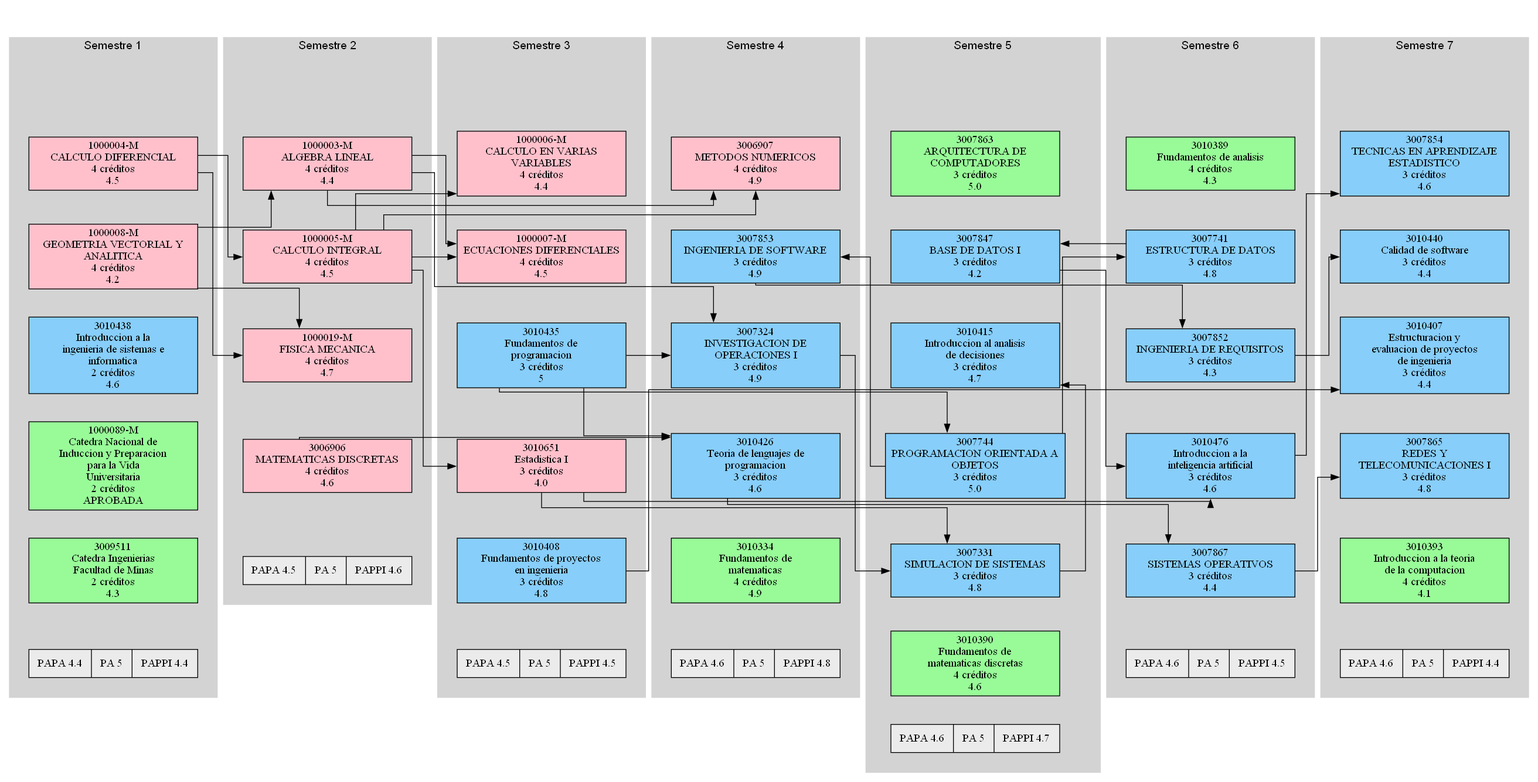
Earlier version of the Graphviz export codigo/asignatura_catalog/Digraph.gv.png (eporrasm/d-web). Its source is kept beside it as codigo/asignatura_catalog/Digraph.gv.
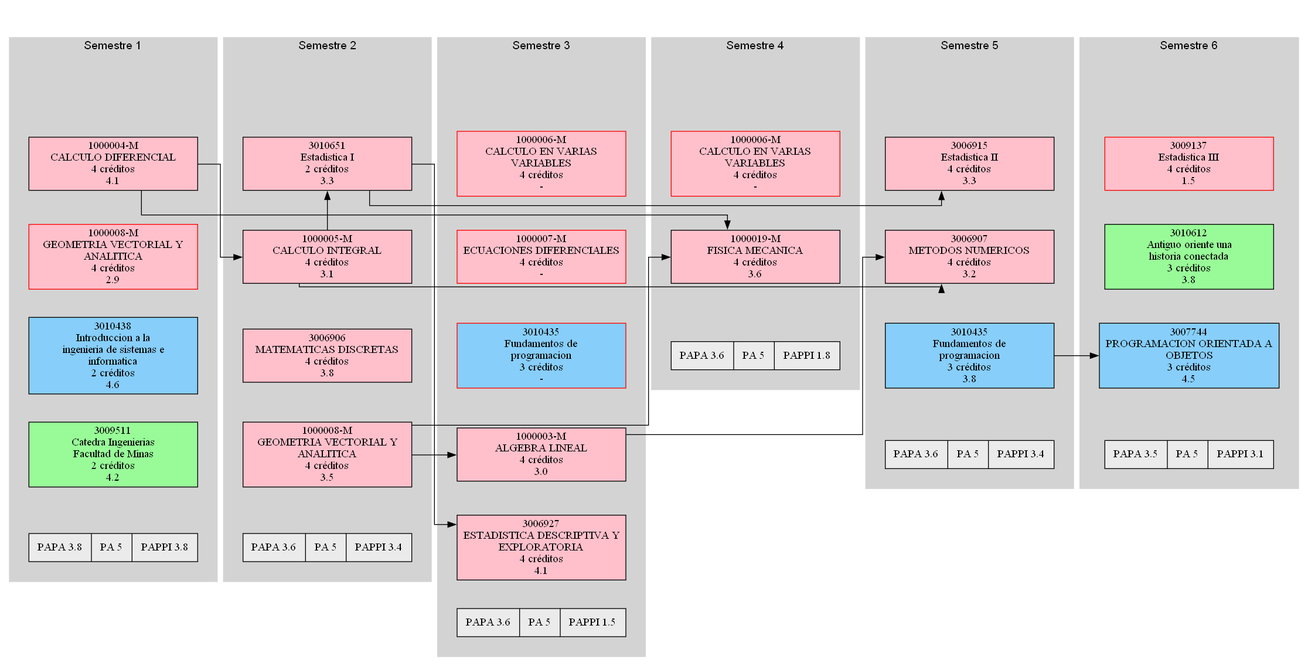
The same diagram one commit later.

Diff of the diagram source:
```diff
@@ -9,36 +9,28 @@
 		"1000004-M" [label="1000004-M
 CALCULO DIFERENCIAL
 4 créditos
-4.5" color="#000000" fillcolor="#FFC0CB" group=sem1]
+4.1" color="#000000" fillcolor="#FFC0CB" group=sem1]
 		sem_1 -> "1000004-M" [style=invis]
-		"1000008-M" [label="1000008-M
+		"1000008-M_na1" [label="1000008-M
 GEOMETRIA VECTORIAL Y
 ANALITICA
 4 créditos
-4.2" color="#000000" fillcolor="#FFC0CB" group=sem1]
-		"1000004-M" -> "1000008-M" [style=invis]
+2.9" color="#ff0000" fillcolor="#FFC0CB" group=sem1]
+		"1000004-M" -> "1000008-M_na1" [style=invis]
 		3010438 [label="3010438
 Introduccion a la
 ingenieria de sistemas e
 informatica
 2 créditos
 4.6" color="#000000" fillcolor="#87CEFA" group=sem1]
-		"1000008-M" -> 3010438 [style=invis]
-		"1000089-M" [label="1000089-M
-Catedra Nacional de
-Induccion y Preparacion
-para la Vida
-Universitaria
-2 créditos
-APROBADA" color="#000000" fillcolor="#98FB98" group=sem1]
-		3010438 -> "1000089-M" [style=invis]
+		"1000008-M_na1" -> 3010438 [style=invis]
 		3009511 [label="3009511
 Catedra Ingenierias
 Facultad de Minas
 2 créditos
-4.3" color="#000000" fillcolor="#98FB98" group=sem1]
-		"1000089-M" -> 3009511 [style=invis]
-		"Promedio 1" [label="PAPA 4.4|PA 5|PAPPI 4.4" fillcolor="#EBEBEB" shape=record]
+4.2" color="#000000" fillcolor="#98FB98" group=sem1]
+		3010438 -> 3009511 [style=invis]
+		"Promedio 1" [label="PAPA 3.8|PA 5|PAPPI 3.8" fillcolor="#EBEBEB" shape=record]
 		3009511 -> "Promedio 1" [style=invis]
 	}
 	subgraph cluster_2 {
@@ -47,28 +39,29 @@
 		color=lightgrey fontname=Arial style=filled
 		label="Semestre 2"
 		sem_2 [label=sem_2 style=invis]
-		"1000003-M" [label="1000003-M
-ALGEBRA LINEAL
-4 créditos
-4.4" color="#000000" fillcolor="#FFC0CB" group=sem2]
-		sem_2 -> "1000003-M" [style=invis]
+		3010651 [label="3010651
+Estadistica I
+2 créditos
+3.3" color="#000000" fillcolor="#FFC0CB" group=sem2]
+		sem_2 -> 3010651 [style=invis]
 		"1000005-M" [label="1000005-M
 CALCULO INTEGRAL
 4 créditos
-4.5" color="#000000" fillcolor="#FFC0CB" group=sem2]
-		"1000003-M" -> "1000005-M" [style=invis]
-		"1000019-M" [label="1000019-M
-FISICA MECANICA
-4 créditos
-4.7" color="#000000" fillcolor="#FFC0CB" group=sem2]
-		"1000005-M" -> "1000019-M" [style=invis]
+3.1" color="#000000" fillcolor="#FFC0CB" group=sem2]
+		3010651 -> "1000005-M" [style=invis]
 		3006906 [label="3006906
 MATEMATICAS DISCRETAS
 4 créditos
-4.6" color="#000000" fillcolor="#FFC0CB" group=sem2]
-		"1000019-M" -> 3006906 [style=invis]
-		"Promedio 2" [label="PAPA 4.5|PA 5|PAPPI 4.6" fillcolor="#EBEBEB" shape=record]
-		3006906 -> "Promedio 2" [style=invis]
+3.8" color="#000000" fillcolor="#FFC0CB" group=sem2]
+		"1000005-M" -> 3006906 [style=invis]
+		"1000008-M" [label="1000008-M
+GEOMETRIA VECTORIAL Y
+ANALITICA
+4 créditos
+3.5" color="#000000" fillcolor="#FFC0CB" group=sem2]
+		3006906 -> "1000008-M" [style=invis]
+		"Promedio 2" [label="PAPA 3.6|PA 5|PAPPI 3.4" fillcolor="#EBEBEB" shape=record]
+		"1000008-M" -> "Promedio 2" [style=invis]
 	}
 	subgraph cluster_3 {
 		graph [margin=25]
@@ -76,36 +69,36 @@
 		color=lightgrey fontname=Arial style=filled
 		label="Semestre 3"
 		sem_3 [label=sem_3 style=invis]
-		"1000006-M" [label="1000006-M
+		"1000006-M_c3" [label="1000006-M
 CALCULO EN VARIAS
 VARIABLES
 4 créditos
-4.4" color="#000000" fillcolor="#FFC0CB" group=sem3]
-		sem_3 -> "1000006-M" [style=invis]
-		"1000007-M" [label="1000007-M
+-" color="#ff0000" fillcolor="#FFC0CB" group=sem3]
+		sem_3 -> "1000006-M_c3" [style=invis]
+		"1000007-M_c3" [label="1000007-M
 ECUACIONES DIFERENCIALES
 4 créditos
-4.5" color="#000000" fillcolor="#FFC0CB" group=sem3]
-		"1000006-M" -> "1000007-M" [style=invis]
-		3010435 [label="3010435
+-" color="#ff0000" fillcolor="#FFC0CB" group=sem3]
+		"1000006-M_c3" -> "1000007-M_c3" [style=invis]
+		"3010435_c3" [label="3010435
 Fundamentos de
 programacion
 3 créditos
-5" color="#000000" fillcolor="#87CEFA" group=sem3]
-		"1000007-M" -> 3010435 [style=invis]
-		3010651 [label="3010651
-Estadistica I
-3 créditos
-4.0" color="#000000" fillcolor="#FFC0CB" group=sem3]
-		3010435 -> 3010651 [style=invis]
-		3010408 [label="3010408
-Fundamentos de proyectos
-en ingenieria
-3 créditos
-4.8" color="#000000" fillcolor="#87CEFA" group=sem3]
-		3010651 -> 3010408 [style=invis]
-		"Promedio 3" [label="PAPA 4.5|PA 5|PAPPI 4.5" fillcolor="#EBEBEB" shape=record]
-		3010408 -> "Promedio 3" [style=invis]
+-" color="#ff0000" fillcolor="#87CEFA" group=sem3]
+		"1000007-M_c3" -> "3010435_c3" [style=invis]
+		"1000003-M" [label="1000003-M
+ALGEBRA LINEAL
+4 créditos
+3.0" color="#000000" fillcolor="#FFC0CB" group=sem3]
+		"3010435_c3" -> "1000003-M" [style=invis]
+		3006927 [label="3006927
+ESTADISTICA DESCRIPTIVA Y
+EXPLORATORIA
+4 créditos
+4.1" color="#000000" fillcolor="#FFC0CB" group=sem3]
+		"1000003-M" -> 3006927 [style=invis]
+		"Promedio 3" [label="PAPA 3.6|PA 5|PAPPI 1.5" fillcolor="#EBEBEB" shape=record]
+		3006927 -> "Promedio 3" [style=invis]
 	}
 	subgraph cluster_4 {
 		graph [margin=25]
@@ -113,36 +106,19 @@
 		color=lightgrey fontname=Arial style=filled
 		label="Semestre 4"
 		sem_4 [label=sem_4 style=invis]
-		3006907 [label="3006907
-METODOS NUMERICOS
+		"1000006-M_c4" [label="1000006-M
+CALCULO EN VARIAS
+VARIABLES
 4 créditos
-4.9" color="#000000" fillcolor="#FFC0CB" group=sem4]
-		sem_4 -> 3006907 [style=invis]
-		3007853 [label="3007853
-INGENIERIA DE SOFTWARE
-3 créditos
-4.9" color="#000000" fillcolor="#87CEFA" group=sem4]
-		3006907 -> 3007853 [style=invis]
-		3007324 [label="3007324
-INVESTIGACION DE
-OPERACIONES I
-3 créditos
-4.9" color="#000000" fillcolor="#87CEFA" group=sem4]
-		3007853 -> 3007324 [style=invis]
-		3010426 [label="3010426
-Teoria de lenguajes de
-programacion
-3 créditos
-4.6" color="#000000" fillcolor="#87CEFA" group=sem4]
-		3007324 -> 3010426 [style=invis]
-		3010334 [label="3010334
-Fundamentos de
-matematicas
+-" color="#ff0000" fillcolor="#FFC0CB" group=sem4]
+		sem_4 -> "1000006-M_c4" [style=invis]
+		"1000019-M" [label="1000019-M
+FISICA MECANICA
 4 créditos
-4.9" color="#000000" fillcolor="#98FB98" group=sem4]
-		3010426 -> 3010334 [style=invis]
-		"Promedio 4" [label="PAPA 4.6|PA 5|PAPPI 4.8" fillcolor="#EBEBEB" shape=record]
-		3010334 -> "Promedio 4" [style=invis]
+3.6" color="#000000" fillcolor="#FFC0CB" group=sem4]
+		"1000006-M_c4" -> "1000019-M" [style=invis]
+		"Promedio 4" [label="PAPA 3.6|PA 5|PAPPI 1.8" fillcolor="#EBEBEB" shape=record]
+		"1000019-M" -> "Promedio 4" [style=invis]
 	}
 	subgraph cluster_5 {
 		graph [margin=25]
@@ -150,42 +126,24 @@
 		color=lightgrey fontname=Arial style=filled
 		label="Semestre 5"
 		sem_5 [label=sem_5 style=invis]
-		3007863 [label="3007863
-ARQUITECTURA DE
-COMPUTADORES
+		3006915 [label="3006915
+Estadistica II
+4 créditos
+3.3" color="#000000" fillcolor="#FFC0CB" group=sem5]
+		sem_5 -> 3006915 [style=invis]
+		3006907 [label="3006907
+METODOS NUMERICOS
+4 créditos
+3.2" color="#000000" fillcolor="#FFC0CB" group=sem5]
+		3006915 -> 3006907 [style=invis]
+		3010435 [label="3010435
+Fundamentos de
+programacion
 3 créditos
-5.0" color="#000000" fillcolor="#98FB98" group=sem5]
-		sem_5 -> 3007863 [style=invis]
-		3007847 [label="3007847
-BASE DE DATOS I
-3 créditos
-4.2" color="#000000" fillcolor="#87CEFA" group=sem5]
-		3007863 -> 3007847 [style=invis]
-		3010415 [label="3010415
-Introduccion al analisis
-de decisiones
-3 créditos
-4.7" color="#000000" fillcolor="#87CEFA" group=sem5]
-		3007847 -> 3010415 [style=invis]
-		3007744 [label="3007744
-PROGRAMACION ORIENTADA A
-OBJETOS
-3 créditos
-5.0" color="#000000" fillcolor="#87CEFA" group=sem5]
-		3010415 -> 3007744 [style=invis]
-		3007331 [label="3007331
-SIMULACION DE SISTEMAS
-3 créditos
-4.8" color="#000000" fillcolor="#87CEFA" group=sem5]
-		3007744 -> 3007331 [style=invis]
-		3010390 [label="3010390
-Fundamentos de
-matematicas discretas
-4 créditos
-4.6" color="#000000" fillcolor="#98FB98" group=sem5]
-		3007331 -> 3010390 [style=invis]
-		"Promedio 5" [label="PAPA 4.6|PA 5|PAPPI 4.7" fillcolor="#EBEBEB" shape=record]
-		3010390 -> "Promedio 5" [style=invis]
+3.8" color="#000000" fillcolor="#87CEFA" group=sem5]
+		3006907 -> 3010435 [style=invis]
+		"Promedio 5" [label="PAPA 3.6|PA 5|PAPPI 3.4" fillcolor="#EBEBEB" shape=record]
+		3010435 -> "Promedio 5" [style=invis]
 	}
 	subgraph cluster_6 {
 		graph [margin=25]
@@ -193,109 +151,41 @@
 		color=lightgrey fontname=Arial style=filled
 		label="Semestre 6"
 		sem_6 [label=sem_6 style=invis]
-		3010389 [label="3010389
-Fundamentos de analisis
+		"3009137_na6" [label="3009137
+Estadistica III
 4 créditos
-4.3" color="#000000" fillcolor="#98FB98" group=sem6]
-		sem_6 -> 3010389 [style=invis]
-		3007741 [label="3007741
-ESTRUCTURA DE DATOS
+1.5" color="#ff0000" fillcolor="#FFC0CB" group=sem6]
+		sem_6 -> "3009137_na6" [style=invis]
+		3010612 [label="3010612
+Antiguo oriente una
+historia conectada
 3 créditos
-4.8" color="#000000" fillcolor="#87CEFA" group=sem6]
-		3010389 -> 3007741 [style=invis]
-		3007852 [label="3007852
-INGENIERIA DE REQUISITOS
+3.8" color="#000000" fillcolor="#98FB98" group=sem6]
+		"3009137_na6" -> 3010612 [style=invis]
+		3007744 [label="3007744
+PROGRAMACION ORIENTADA A
+OBJETOS
 3 créditos
-4.3" color="#000000" fillcolor="#87CEFA" group=sem6]
-		3007741 -> 3007852 [style=invis]
-		3010476 [label="3010476
-Introduccion a la
-inteligencia artificial
-3 créditos
-4.6" color="#000000" fillcolor="#87CEFA" group=sem6]
-		3007852 -> 3010476 [style=invis]
-		3007867 [label="3007867
-SISTEMAS OPERATIVOS
-3 créditos
-4.4" color="#000000" fillcolor="#87CEFA" group=sem6]
-		3010476 -> 3007867 [style=invis]
-		"Promedio 6" [label="PAPA 4.6|PA 5|PAPPI 4.5" fillcolor="#EBEBEB" shape=record]
-		3007867 -> "Promedio 6" [style=invis]
+4.5" color="#000000" fillcolor="#87CEFA" group=sem6]
+		3010612 -> 3007744 [style=invis]
+		"Promedio 6" [label="PAPA 3.5|PA 5|PAPPI 3.1" fillcolor="#EBEBEB" shape=record]
+		3007744 -> "Promedio 6" [style=invis]
 	}
-	subgraph cluster_7 {
-		graph [margin=25]
-		node [shape=box style=filled width=3]
-		color=lightgrey fontname=Arial style=filled
-		label="Semestre 7"
-		sem_7 [label=sem_7 style=invis]
-		3007854 [label="3007854
-TECNICAS EN APRENDIZAJE
-ESTADISTICO
-3 créditos
-4.6" color="#000000" fillcolor="#87CEFA" group=sem7]
-		sem_7 -> 3007854 [style=invis]
-		3010440 [label="3010440
-Calidad de software
-3 créditos
-4.4" color="#000000" fillcolor="#87CEFA" group=sem7]
-		3007854 -> 3010440 [style=invis]
-		3010407 [label="3010407
-Estructuracion y
-evaluacion de proyectos
-de ingenieria
-3 créditos
-4.4" color="#000000" fillcolor="#87CEFA" group=sem7]
-		3010440 -> 3010407 [style=invis]
-		3007865 [label="3007865
-REDES Y
-TELECOMUNICACIONES I
-3 créditos
-4.8" color="#000000" fillcolor="#87CEFA" group=sem7]
-		3010407 -> 3007865 [style=invis]
-		3010393 [label="3010393
-Introduccion a la teoria
-de la computacion
-4 créditos
-4.1" color="#000000" fillcolor="#98FB98" group=sem7]
-		3007865 -> 3010393 [style=invis]
-		"Promedio 7" [label="PAPA 4.6|PA 5|PAPPI 4.4" fillcolor="#EBEBEB" shape=record]
-		3010393 -> "Promedio 7" [style=invis]
-	}
+	"1000005-M" -> 3010651 [constraint=false]
+	"1000004-M" -> "1000005-M" [constraint=false]
 	"1000008-M" -> "1000003-M" [constraint=false]
-	"1000004-M" -> "1000005-M" [constraint=false]
+	3010651 -> 3006927 [constraint=false]
 	"1000004-M" -> "1000019-M" [constraint=false]
 	"1000008-M" -> "1000019-M" [constraint=false]
-	"1000005-M" -> "1000006-M" [constraint=false]
-	"1000003-M" -> "1000007-M" [constraint=false]
-	"1000005-M" -> "1000007-M" [constraint=false]
-	"1000005-M" -> 3010651 [constraint=false]
+	3010651 -> 3006915 [constraint=false]
 	"1000003-M" -> 3006907 [constraint=false]
 	"1000005-M" -> 3006907 [constraint=false]
-	3007744 -> 3007853 [constraint=false]
-	"1000003-M" -> 3007324 [constraint=false]
-	3010435 -> 3007324 [constraint=false]
-	3010435 -> 3010426 [constraint=false]
-	3006906 -> 3010426 [constraint=false]
-	3007741 -> 3007847 [constraint=false]
-	3007331 -> 3010415 [constraint=false]
 	3010435 -> 3007744 [constraint=false]
-	3007324 -> 3007331 [constraint=false]
-	3010651 -> 3007331 [constraint=false]
-	3007744 -> 3007741 [constraint=false]
-	3007853 -> 3007852 [constraint=false]
-	3010651 -> 3010476 [constraint=false]
-	3007847 -> 3010476 [constraint=false]
-	3010426 -> 3007867 [constraint=false]
-	3010476 -> 3007854 [constraint=false]
-	3007852 -> 3010440 [constraint=false]
-	3010408 -> 3010407 [constraint=false]
-	3007867 -> 3007865 [constraint=false]
 	start -> sem_1 [lhead=cluster_1 style=invis]
 	start -> sem_2 [lhead=cluster_2 style=invis]
 	start -> sem_3 [lhead=cluster_3 style=invis]
 	start -> sem_4 [lhead=cluster_4 style=invis]
 	start -> sem_5 [lhead=cluster_5 style=invis]
 	start -> sem_6 [lhead=cluster_6 style=invis]
-	start -> sem_7 [lhead=cluster_7 style=invis]
 	start [shape=Mdiamond style=invis]
 }
```
